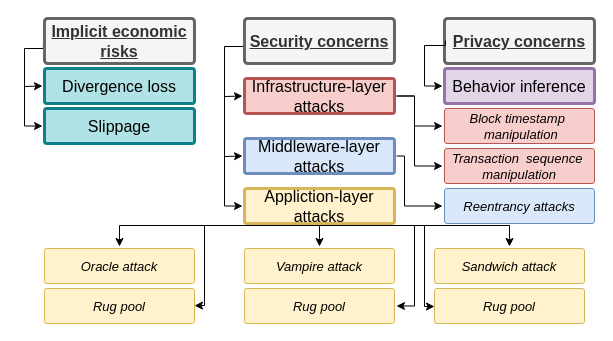
The draw.io diagram page "security" (4 of 5) of assets/amm-pool.drawio in xujiahuayz/bondingcurves, before the edit. Source tidied: cells renumbered, new cells numbered last; positions are measured from the earlier drawing's top-left corner, leaving out a move shared by most shapes. Both pictures are drawn from the tidied source at 100%, with x=0, y=0 at pixel (24, 18).
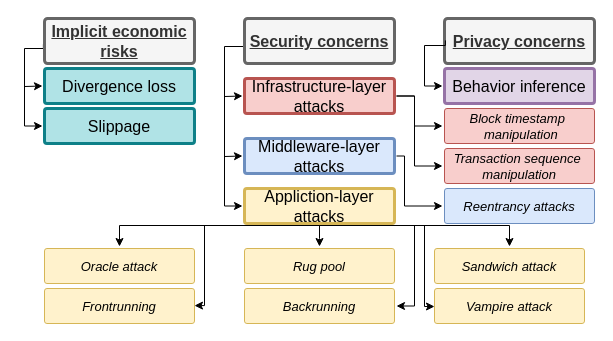
After the change.

Diff of the diagram source:
```diff
@@
-    <mxCell id="24" value="Rug pool" style="rounded=1;whiteSpace=wrap;html=1;shadow=0;labelBackgroundColor=none;strokeWidth=1;fontFamily=Helvetica;fontSize=13;align=center;spacing=5;arcSize=7;perimeterSpacing=2;fillColor=#fff2cc;strokeColor=#d6b656;fontStyle=2;" parent="1" vertex="1">
+    <mxCell id="24" value="Frontrunning" style="rounded=1;whiteSpace=wrap;html=1;shadow=0;labelBackgroundColor=none;strokeWidth=1;fontFamily=Helvetica;fontSize=13;align=center;spacing=5;arcSize=7;perimeterSpacing=2;fillColor=#fff2cc;strokeColor=#d6b656;fontStyle=2;" parent="1" vertex="1">
       <mxGeometry x="20" y="270" width="150" height="35" as="geometry" />
     </mxCell>
@@
-    <mxCell id="26" value="Transaction&amp;nbsp; sequence&amp;nbsp; manipulation" style="rounded=1;whiteSpace=wrap;html=1;shadow=0;labelBackgroundColor=none;strokeWidth=1;fontFamily=Helvetica;fontSize=13;align=center;spacing=5;arcSize=7;perimeterSpacing=2;fillColor=#f8cecc;strokeColor=#b85450;fontStyle=2;" parent="1" vertex="1">
+    <mxCell id="26" value="Transaction sequence&amp;nbsp; manipulation" style="rounded=1;whiteSpace=wrap;html=1;shadow=0;labelBackgroundColor=none;strokeWidth=1;fontFamily=Helvetica;fontSize=13;align=center;spacing=5;arcSize=7;perimeterSpacing=2;fillColor=#f8cecc;strokeColor=#b85450;fontStyle=2;" parent="1" vertex="1">
       <mxGeometry x="420" y="130" width="150" height="35" as="geometry" />
     </mxCell>
@@
-    <mxCell id="28" value="Vampire attack" style="rounded=1;whiteSpace=wrap;html=1;shadow=0;labelBackgroundColor=none;strokeWidth=1;fontFamily=Helvetica;fontSize=13;align=center;spacing=5;arcSize=7;perimeterSpacing=2;fillColor=#fff2cc;strokeColor=#d6b656;fontStyle=2;" parent="1" vertex="1">
+    <mxCell id="28" value="Rug pool" style="rounded=1;whiteSpace=wrap;html=1;shadow=0;labelBackgroundColor=none;strokeWidth=1;fontFamily=Helvetica;fontSize=13;align=center;spacing=5;arcSize=7;perimeterSpacing=2;fillColor=#fff2cc;strokeColor=#d6b656;fontStyle=2;" parent="1" vertex="1">
       <mxGeometry x="220" y="230" width="150" height="35" as="geometry" />
     </mxCell>
@@
-    <mxCell id="33" value="Rug pool" style="rounded=1;whiteSpace=wrap;html=1;shadow=0;labelBackgroundColor=none;strokeWidth=1;fontFamily=Helvetica;fontSize=13;align=center;spacing=5;arcSize=7;perimeterSpacing=2;fillColor=#fff2cc;strokeColor=#d6b656;fontStyle=2;" parent="1" vertex="1">
+    <mxCell id="33" value="Backrunning" style="rounded=1;whiteSpace=wrap;html=1;shadow=0;labelBackgroundColor=none;strokeWidth=1;fontFamily=Helvetica;fontSize=13;align=center;spacing=5;arcSize=7;perimeterSpacing=2;fillColor=#fff2cc;strokeColor=#d6b656;fontStyle=2;" parent="1" vertex="1">
       <mxGeometry x="220" y="270" width="150" height="35" as="geometry" />
     </mxCell>
-    <mxCell id="34" value="Rug pool" style="rounded=1;whiteSpace=wrap;html=1;shadow=0;labelBackgroundColor=none;strokeWidth=1;fontFamily=Helvetica;fontSize=13;align=center;spacing=5;arcSize=7;perimeterSpacing=2;fillColor=#fff2cc;strokeColor=#d6b656;fontStyle=2;" parent="1" vertex="1">
+    <mxCell id="34" value="Vampire attack" style="rounded=1;whiteSpace=wrap;html=1;shadow=0;labelBackgroundColor=none;strokeWidth=1;fontFamily=Helvetica;fontSize=13;align=center;spacing=5;arcSize=7;perimeterSpacing=2;fillColor=#fff2cc;strokeColor=#d6b656;fontStyle=2;" parent="1" vertex="1">
       <mxGeometry x="410" y="270" width="150" height="35" as="geometry" />
     </mxCell>
```
